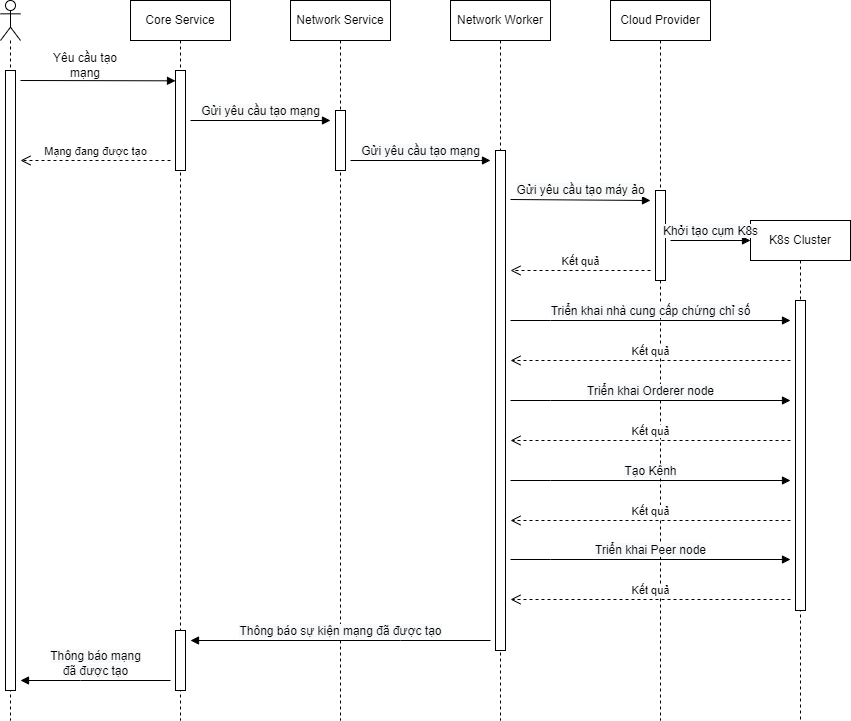
The draw.io diagram Hinhve/DoAn-SeqCreateNetwork.drawio.png in ManhLeDuc/gr-thesis, before a commit. Source tidied: cells renumbered, new cells last; positions are measured from the earlier drawing's top-left corner, leaving out a move shared by most shapes.
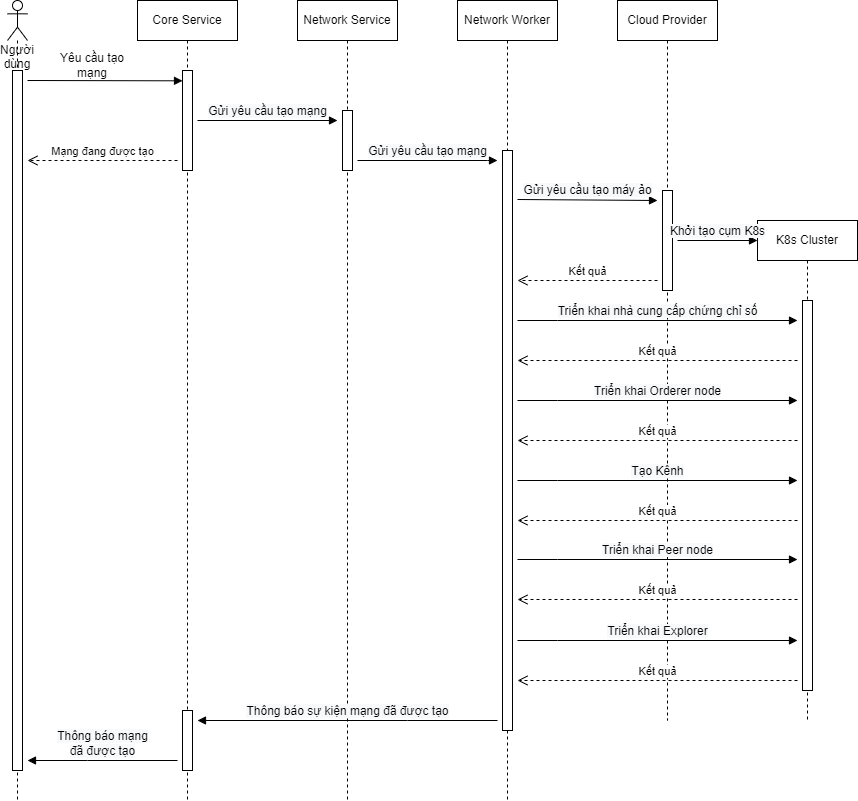
Above is the later version.

Diff of the diagram source:
```diff
@@ -2,11 +2,11 @@
   <root>
     <mxCell id="0" />
     <mxCell id="1" parent="0" />
-    <mxCell id="2" style="shape=umlLifeline;participant=umlActor;perimeter=lifelinePerimeter;whiteSpace=wrap;html=1;verticalAlign=top;spacingTop=36;" parent="1" vertex="1">
-      <mxGeometry width="20" height="720" as="geometry" />
+    <mxCell id="2" value="Người dùng" style="shape=umlLifeline;participant=umlActor;perimeter=lifelinePerimeter;whiteSpace=wrap;html=1;verticalAlign=top;spacingTop=36;" parent="1" vertex="1">
+      <mxGeometry width="20" height="800" as="geometry" />
     </mxCell>
     <mxCell id="3" style="html=1;perimeter=orthogonalPerimeter;" parent="2" vertex="1">
-      <mxGeometry x="5" y="70" width="10" height="620" as="geometry" />
+      <mxGeometry x="5" y="70" width="10" height="700" as="geometry" />
     </mxCell>
     <mxCell id="4" style="html=1;verticalAlign=bottom;endArrow=block;rounded=0;" parent="1" edge="1">
       <mxGeometry relative="1" as="geometry">
@@ -24,7 +24,7 @@
       <mxGeometry x="40" y="50" width="90" height="30" as="geometry" />
     </mxCell>
     <mxCell id="7" value="Core Service" style="shape=umlLifeline;perimeter=lifelinePerimeter;whiteSpace=wrap;html=1;" parent="1" vertex="1">
-      <mxGeometry x="130" width="100" height="720" as="geometry" />
+      <mxGeometry x="130" width="100" height="800" as="geometry" />
     </mxCell>
     <mxCell id="8" style="html=1;perimeter=orthogonalPerimeter;" parent="7" vertex="1">
       <mxGeometry x="45" y="70" width="10" height="100" as="geometry" />
@@ -35,26 +35,35 @@
         <mxPoint x="-110" y="160" as="targetPoint" />
       </mxGeometry>
     </mxCell>
+    <mxCell id="32" value="&lt;span style=&quot;font-size: 12px; background-color: rgb(248, 249, 250);&quot;&gt;Thông báo mạng&lt;br&gt;đã được tạo&lt;/span&gt;" style="html=1;verticalAlign=bottom;endArrow=block;rounded=0;" parent="7" edge="1">
+      <mxGeometry relative="1" as="geometry">
+        <mxPoint x="40" y="760" as="sourcePoint" />
+        <mxPoint x="-110" y="760" as="targetPoint" />
+        <Array as="points">
+          <mxPoint x="-50" y="760" />
+        </Array>
+      </mxGeometry>
+    </mxCell>
     <mxCell id="10" style="html=1;perimeter=orthogonalPerimeter;" parent="7" vertex="1">
-      <mxGeometry x="45" y="630" width="10" height="60" as="geometry" />
+      <mxGeometry x="45" y="710" width="10" height="60" as="geometry" />
     </mxCell>
     <mxCell id="11" value="Network Service" style="shape=umlLifeline;perimeter=lifelinePerimeter;whiteSpace=wrap;html=1;" parent="1" vertex="1">
-      <mxGeometry x="290" width="100" height="720" as="geometry" />
+      <mxGeometry x="290" width="100" height="800" as="geometry" />
     </mxCell>
     <mxCell id="12" style="html=1;perimeter=orthogonalPerimeter;" parent="11" vertex="1">
       <mxGeometry x="45" y="110" width="10" height="60" as="geometry" />
     </mxCell>
     <mxCell id="13" value="Network Worker" style="shape=umlLifeline;perimeter=lifelinePerimeter;whiteSpace=wrap;html=1;" parent="1" vertex="1">
-      <mxGeometry x="450" width="100" height="720" as="geometry" />
+      <mxGeometry x="450" width="100" height="800" as="geometry" />
     </mxCell>
     <mxCell id="14" style="html=1;perimeter=orthogonalPerimeter;" parent="13" vertex="1">
-      <mxGeometry x="45" y="150" width="10" height="500" as="geometry" />
+      <mxGeometry x="45" y="150" width="10" height="580" as="geometry" />
     </mxCell>
     <mxCell id="15" value="Cloud Provider" style="shape=umlLifeline;perimeter=lifelinePerimeter;whiteSpace=wrap;html=1;" parent="1" vertex="1">
       <mxGeometry x="610" width="100" height="720" as="geometry" />
     </mxCell>
     <mxCell id="16" style="html=1;perimeter=orthogonalPerimeter;" parent="15" vertex="1">
-      <mxGeometry x="45" y="190" width="10" height="90" as="geometry" />
+      <mxGeometry x="45" y="190" width="10" height="100" as="geometry" />
     </mxCell>
     <mxCell id="17" value="&lt;span style=&quot;font-size: 12px; background-color: rgb(248, 249, 250);&quot;&gt;Triển khai Orderer node&lt;/span&gt;" style="html=1;verticalAlign=bottom;endArrow=block;rounded=0;" parent="15" edge="1">
       <mxGeometry relative="1" as="geometry">
@@ -110,11 +119,17 @@
         <mxPoint x="-100" y="599" as="targetPoint" />
       </mxGeometry>
     </mxCell>
+    <mxCell id="29" value="Kết quả" style="html=1;verticalAlign=bottom;endArrow=open;dashed=1;endSize=8;rounded=0;elbow=vertical;" parent="15" edge="1">
+      <mxGeometry relative="1" as="geometry">
+        <mxPoint x="40" y="280" as="sourcePoint" />
+        <mxPoint x="-100" y="280" as="targetPoint" />
+      </mxGeometry>
+    </mxCell>
     <mxCell id="24" value="K8s Cluster" style="shape=umlLifeline;perimeter=lifelinePerimeter;whiteSpace=wrap;html=1;" parent="1" vertex="1">
       <mxGeometry x="750" y="220" width="100" height="500" as="geometry" />
     </mxCell>
     <mxCell id="25" style="html=1;perimeter=orthogonalPerimeter;" parent="24" vertex="1">
-      <mxGeometry x="45" y="80" width="10" height="310" as="geometry" />
+      <mxGeometry x="45" y="80" width="10" height="390" as="geometry" />
     </mxCell>
     <mxCell id="26" value="&lt;span style=&quot;font-size: 12px; background-color: rgb(248, 249, 250);&quot;&gt;Gửi yêu cầu tạo mạng&lt;/span&gt;" style="html=1;verticalAlign=bottom;endArrow=block;rounded=0;" parent="1" edge="1">
       <mxGeometry relative="1" as="geometry">
@@ -137,12 +152,6 @@
         <mxPoint x="750" y="240" as="targetPoint" />
       </mxGeometry>
     </mxCell>
-    <mxCell id="29" value="Kết quả" style="html=1;verticalAlign=bottom;endArrow=open;dashed=1;endSize=8;rounded=0;elbow=vertical;" parent="1" edge="1">
-      <mxGeometry relative="1" as="geometry">
-        <mxPoint x="650" y="270" as="sourcePoint" />
-        <mxPoint x="510" y="270" as="targetPoint" />
-      </mxGeometry>
-    </mxCell>
     <mxCell id="30" value="Kết quả" style="html=1;verticalAlign=bottom;endArrow=open;dashed=1;endSize=8;rounded=0;elbow=vertical;" parent="1" edge="1">
       <mxGeometry relative="1" as="geometry">
         <mxPoint x="790" y="440" as="sourcePoint" />
@@ -151,21 +160,27 @@
     </mxCell>
     <mxCell id="31" value="&lt;span style=&quot;font-size: 12px; background-color: rgb(248, 249, 250);&quot;&gt;Thông báo sự kiện mạng đã được tạo&lt;/span&gt;" style="html=1;verticalAlign=bottom;endArrow=block;rounded=0;" parent="1" edge="1">
       <mxGeometry relative="1" as="geometry">
-        <mxPoint x="490" y="640" as="sourcePoint" />
-        <mxPoint x="190" y="640" as="targetPoint" />
+        <mxPoint x="490" y="720" as="sourcePoint" />
+        <mxPoint x="190" y="720" as="targetPoint" />
         <Array as="points">
-          <mxPoint x="400" y="640" />
+          <mxPoint x="400" y="720" />
         </Array>
       </mxGeometry>
     </mxCell>
-    <mxCell id="32" value="&lt;span style=&quot;font-size: 12px; background-color: rgb(248, 249, 250);&quot;&gt;Thông báo mạng&lt;br&gt;đã được tạo&lt;/span&gt;" style="html=1;verticalAlign=bottom;endArrow=block;rounded=0;" parent="1" edge="1">
-      <mxGeometry relative="1" as="geometry">
-        <mxPoint x="170" y="680" as="sourcePoint" />
-        <mxPoint x="20" y="680" as="targetPoint" />
-        <Array as="points">
-          <mxPoint x="80" y="680" />
-        </Array>
-      </mxGeometry>
-    </mxCell>
+    <mxCell id="33" value="&lt;span style=&quot;font-size: 12px; background-color: rgb(248, 249, 250);&quot;&gt;Triển khai Explorer&lt;/span&gt;" style="html=1;verticalAlign=bottom;endArrow=block;rounded=0;" parent="1" edge="1">
+      <mxGeometry relative="1" as="geometry">
+        <mxPoint x="510" y="640" as="sourcePoint" />
+        <mxPoint x="790" y="640" as="targetPoint" />
+        <Array as="points">
+          <mxPoint x="550" y="640" />
+        </Array>
+      </mxGeometry>
+    </mxCell>
+    <mxCell id="34" value="Kết quả" style="html=1;verticalAlign=bottom;endArrow=open;dashed=1;endSize=8;rounded=0;elbow=vertical;" parent="1" edge="1">
+      <mxGeometry relative="1" as="geometry">
+        <mxPoint x="790" y="680" as="sourcePoint" />
+        <mxPoint x="510" y="680" as="targetPoint" />
+      </mxGeometry>
+    </mxCell>
   </root>
 </mxGraphModel>
```
